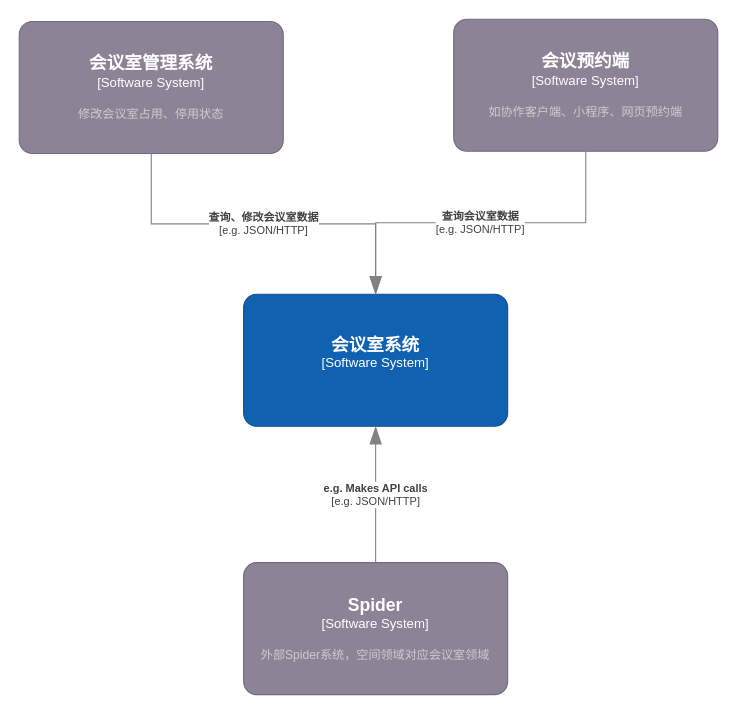
The draw.io diagram 未命名绘图.drawio in laowang-cloud/diagrams, before the edit. Source tidied: cells renumbered, new cells numbered last; positions are measured from the earlier drawing's top-left corner, leaving out a move shared by most shapes. Both pictures are drawn from the tidied source at 110%, with x=0, y=0 at pixel (19, 19).
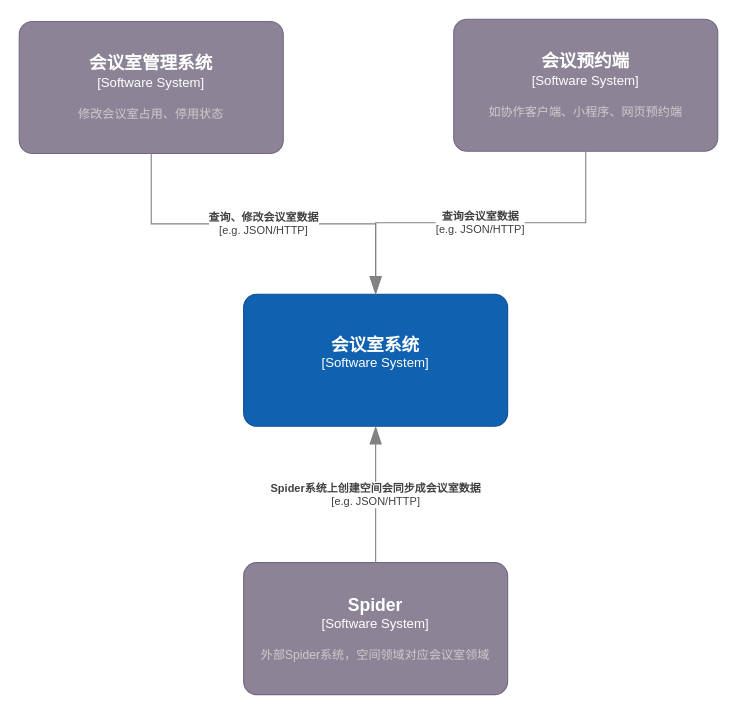
Above is the later version.

Commit message:
更新未命名绘图.drawio

The edit, as a diff of the source:
```diff
@@
 <mxGraphModel>
   <root>
     <mxCell id="0" />
     <mxCell id="1" parent="0" />
     <object id="2" label="&lt;font style=&quot;font-size: 16px&quot;&gt;&lt;b&gt;%c4Name%&lt;/b&gt;&lt;/font&gt;&lt;div&gt;[%c4Type%]&lt;/div&gt;&lt;br&gt;&lt;div&gt;&lt;font style=&quot;font-size: 11px&quot;&gt;&lt;font color=&quot;#cccccc&quot;&gt;%c4Description%&lt;/font&gt;&lt;/div&gt;" c4Description="" c4Name="会议室系统" c4Type="Software System" placeholders="1">
       <mxCell style="rounded=1;whiteSpace=wrap;html=1;labelBackgroundColor=none;fillColor=#1061B0;fontColor=#ffffff;align=center;arcSize=10;strokeColor=#0D5091;points=[[0.25,0,0],[0.5,0,0],[0.75,0,0],[1,0.25,0],[1,0.5,0],[1,0.75,0],[0.75,1,0],[0.5,1,0],[0.25,1,0],[0,0.75,0],[0,0.5,0],[0,0.25,0]];" parent="1" vertex="1">
         <mxGeometry x="204" y="250" width="240" height="120" as="geometry" />
       </mxCell>
     </object>
     <object id="3" label="&lt;font style=&quot;font-size: 16px&quot;&gt;&lt;b&gt;%c4Name%&lt;/b&gt;&lt;/font&gt;&lt;div&gt;[%c4Type%]&lt;/div&gt;&lt;br&gt;&lt;div&gt;&lt;font style=&quot;font-size: 11px&quot;&gt;&lt;font color=&quot;#cccccc&quot;&gt;%c4Description%&lt;/font&gt;&lt;/div&gt;" c4Description="外部Spider系统，空间领域对应会议室领域" c4Name="Spider" c4Type="Software System" placeholders="1">
       <mxCell style="rounded=1;whiteSpace=wrap;html=1;labelBackgroundColor=none;fillColor=#8C8496;fontColor=#ffffff;align=center;arcSize=10;strokeColor=#736782;points=[[0.25,0,0],[0.5,0,0],[0.75,0,0],[1,0.25,0],[1,0.5,0],[1,0.75,0],[0.75,1,0],[0.5,1,0],[0.25,1,0],[0,0.75,0],[0,0.5,0],[0,0.25,0]];" parent="1" vertex="1">
         <mxGeometry x="204" y="494" width="240" height="120" as="geometry" />
       </mxCell>
     </object>
     <object id="4" label="&lt;div style=&quot;text-align: left&quot;&gt;&lt;div style=&quot;text-align: center&quot;&gt;&lt;b&gt;%c4Description%&lt;/b&gt;&lt;/div&gt;&lt;div style=&quot;text-align: center&quot;&gt;[%c4Technology%]&lt;/div&gt;&lt;/div&gt;" c4Description="查询会议室数据" c4Technology="e.g. JSON/HTTP" placeholders="1">
       <mxCell style="endArrow=blockThin;html=1;fontSize=10;fontColor=#404040;strokeWidth=1;endFill=1;strokeColor=#828282;elbow=vertical;endSize=14;startSize=14;jumpStyle=arc;jumpSize=16;rounded=0;edgeStyle=orthogonalEdgeStyle;entryX=0.5;entryY=0;entryDx=0;entryDy=0;entryPerimeter=0;" parent="1" edge="1" source="6" target="2">
         <mxGeometry relative="1" as="geometry" />
       </mxCell>
     </object>
     <object id="5" label="&lt;font style=&quot;font-size: 16px&quot;&gt;&lt;b&gt;%c4Name%&lt;/b&gt;&lt;/font&gt;&lt;div&gt;[%c4Type%]&lt;/div&gt;&lt;br&gt;&lt;div&gt;&lt;font style=&quot;font-size: 11px&quot;&gt;&lt;font color=&quot;#cccccc&quot;&gt;%c4Description%&lt;/font&gt;&lt;/div&gt;" c4Description="修改会议室占用、停用状态" c4Name="会议室管理系统" c4Type="Software System" placeholders="1">
       <mxCell style="rounded=1;whiteSpace=wrap;html=1;labelBackgroundColor=none;fillColor=#8C8496;fontColor=#ffffff;align=center;arcSize=10;strokeColor=#736782;points=[[0.25,0,0],[0.5,0,0],[0.75,0,0],[1,0.25,0],[1,0.5,0],[1,0.75,0],[0.75,1,0],[0.5,1,0],[0.25,1,0],[0,0.75,0],[0,0.5,0],[0,0.25,0]];" parent="1" vertex="1">
         <mxGeometry y="2" width="240" height="120" as="geometry" />
       </mxCell>
     </object>
     <object id="6" label="&lt;font style=&quot;font-size: 16px&quot;&gt;&lt;b&gt;%c4Name%&lt;/b&gt;&lt;/font&gt;&lt;div&gt;[%c4Type%]&lt;/div&gt;&lt;br&gt;&lt;div&gt;&lt;font style=&quot;font-size: 11px&quot;&gt;&lt;font color=&quot;#cccccc&quot;&gt;%c4Description%&lt;/font&gt;&lt;/div&gt;" c4Description="如协作客户端、小程序、网页预约端" c4Name="会议预约端" c4Type="Software System" placeholders="1">
       <mxCell style="rounded=1;whiteSpace=wrap;html=1;labelBackgroundColor=none;fillColor=#8C8496;fontColor=#ffffff;align=center;arcSize=10;strokeColor=#736782;points=[[0.25,0,0],[0.5,0,0],[0.75,0,0],[1,0.25,0],[1,0.5,0],[1,0.75,0],[0.75,1,0],[0.5,1,0],[0.25,1,0],[0,0.75,0],[0,0.5,0],[0,0.25,0]];" parent="1" vertex="1">
         <mxGeometry x="395" width="240" height="120" as="geometry" />
       </mxCell>
     </object>
     <object id="7" label="&lt;div style=&quot;text-align: left&quot;&gt;&lt;div style=&quot;text-align: center&quot;&gt;&lt;b&gt;%c4Description%&lt;/b&gt;&lt;/div&gt;&lt;div style=&quot;text-align: center&quot;&gt;[%c4Technology%]&lt;/div&gt;&lt;/div&gt;" c4Description="查询、修改会议室数据" c4Technology="e.g. JSON/HTTP" placeholders="1">
       <mxCell style="endArrow=blockThin;html=1;fontSize=10;fontColor=#404040;strokeWidth=1;endFill=1;strokeColor=#828282;elbow=vertical;endSize=14;startSize=14;jumpStyle=arc;jumpSize=16;rounded=0;edgeStyle=orthogonalEdgeStyle;exitX=0.5;exitY=1;exitDx=0;exitDy=0;exitPerimeter=0;entryX=0.5;entryY=0;entryDx=0;entryDy=0;entryPerimeter=0;" parent="1" edge="1" source="5" target="2">
         <mxGeometry relative="1" as="geometry" />
       </mxCell>
     </object>
-    <object id="8" label="&lt;div style=&quot;text-align: left&quot;&gt;&lt;div style=&quot;text-align: center&quot;&gt;&lt;b&gt;%c4Description%&lt;/b&gt;&lt;/div&gt;&lt;div style=&quot;text-align: center&quot;&gt;[%c4Technology%]&lt;/div&gt;&lt;/div&gt;" c4Description="e.g. Makes API calls" c4Technology="e.g. JSON/HTTP" placeholders="1">
+    <object id="8" label="&lt;div style=&quot;text-align: left&quot;&gt;&lt;div style=&quot;text-align: center&quot;&gt;&lt;b&gt;%c4Description%&lt;/b&gt;&lt;/div&gt;&lt;div style=&quot;text-align: center&quot;&gt;[%c4Technology%]&lt;/div&gt;&lt;/div&gt;" c4Description="Spider系统上创建空间会同步成会议室数据" c4Technology="e.g. JSON/HTTP" placeholders="1">
       <mxCell style="endArrow=blockThin;html=1;fontSize=10;fontColor=#404040;strokeWidth=1;endFill=1;strokeColor=#828282;elbow=vertical;endSize=14;startSize=14;jumpStyle=arc;jumpSize=16;rounded=0;edgeStyle=orthogonalEdgeStyle;exitX=0.5;exitY=0;exitDx=0;exitDy=0;exitPerimeter=0;" parent="1" edge="1" source="3" target="2">
         <mxGeometry relative="1" as="geometry" />
       </mxCell>
     </object>
   </root>
 </mxGraphModel>
```
